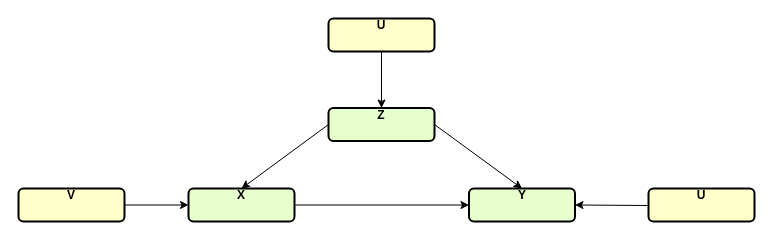
FloBrez/itc keeps this draw.io diagram as page "dag_confounder" (1 of 2) of images/common_cause.drawio. Above is the earlier version. Source tidied: cells renumbered, new cells numbered last; positions are measured from the earlier drawing's top-left corner, leaving out a move shared by most shapes. Both pictures are drawn from the tidied source at 100%, with x=0, y=0 at pixel (18, 18).
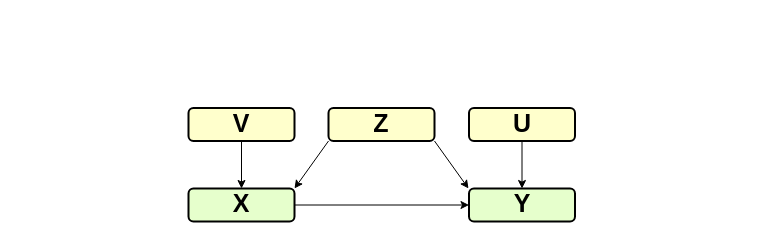
The same diagram, later.

The edit, as a diff of the source:
```diff
@@
 <mxGraphModel background="#ffffff">
   <root>
     <mxCell id="0" />
     <mxCell id="1" parent="0" />
-    <mxCell id="2" value="&lt;div&gt;X&lt;/div&gt;" style="verticalAlign=middle;align=center;overflow=fill;fontSize=12;fontFamily=Helvetica;html=1;rounded=1;fontStyle=1;strokeWidth=2;fillColor=#E6FFCC;gradientColor=none;" parent="1" vertex="1">
+    <mxCell id="2" value="&lt;div style=&quot;font-size: 25px;&quot;&gt;X&lt;/div&gt;" style="verticalAlign=middle;align=center;overflow=fill;fontSize=25;fontFamily=Helvetica;html=1;rounded=1;fontStyle=1;strokeWidth=2;fillColor=#E6FFCC;gradientColor=none;" parent="1" vertex="1">
       <mxGeometry x="170" y="170" width="106" height="33" as="geometry" />
     </mxCell>
-    <mxCell id="3" value="Z" style="verticalAlign=middle;align=center;overflow=fill;fontSize=12;fontFamily=Helvetica;html=1;rounded=1;fontStyle=1;strokeWidth=2;fillColor=#E6FFCC;gradientColor=none;" parent="1" vertex="1">
+    <mxCell id="3" value="Z" style="verticalAlign=middle;align=center;overflow=fill;fontSize=25;fontFamily=Helvetica;html=1;rounded=1;fontStyle=1;strokeWidth=2;fillColor=#FFFFCC;gradientColor=none;" parent="1" vertex="1">
       <mxGeometry x="310" y="89.5" width="106" height="33" as="geometry" />
     </mxCell>
-    <mxCell id="4" value="&lt;div&gt;Y&lt;/div&gt;" style="verticalAlign=middle;align=center;overflow=fill;fontSize=12;fontFamily=Helvetica;html=1;rounded=1;fontStyle=1;strokeWidth=2;fillColor=#E6FFCC;gradientColor=none;" parent="1" vertex="1">
+    <mxCell id="4" value="&lt;div style=&quot;font-size: 25px;&quot;&gt;Y&lt;/div&gt;" style="verticalAlign=middle;align=center;overflow=fill;fontSize=25;fontFamily=Helvetica;html=1;rounded=1;fontStyle=1;strokeWidth=2;fillColor=#E6FFCC;gradientColor=none;" parent="1" vertex="1">
       <mxGeometry x="450.5" y="170" width="106" height="33" as="geometry" />
     </mxCell>
-    <mxCell id="5" style="endArrow=classic;html=1;exitX=1;exitY=0.5;exitDx=0;exitDy=0;entryX=0;entryY=0.5;entryDx=0;entryDy=0;" parent="1" edge="1" source="2" target="4">
+    <mxCell id="5" style="endArrow=classic;html=1;exitX=1;exitY=0.5;exitDx=0;exitDy=0;entryX=0;entryY=0.5;entryDx=0;entryDy=0;fontSize=25;" parent="1" edge="1" source="2" target="4">
       <mxGeometry relative="1" as="geometry" />
     </mxCell>
-    <mxCell id="6" style="endArrow=classic;html=1;exitX=1;exitY=0.5;exitDx=0;exitDy=0;entryX=0.5;entryY=0;entryDx=0;entryDy=0;" parent="1" edge="1" source="3" target="4">
-      <mxGeometry relative="1" as="geometry" />
+    <mxCell id="6" style="endArrow=classic;html=1;exitX=1;exitY=1;exitDx=0;exitDy=0;fontSize=25;" parent="1" edge="1" source="3">
+      <mxGeometry relative="1" as="geometry">
+        <mxPoint x="450" y="170" as="targetPoint" />
+      </mxGeometry>
     </mxCell>
-    <mxCell id="7" value="U" style="verticalAlign=middle;align=center;overflow=fill;fontSize=12;fontFamily=Helvetica;html=1;rounded=1;fontStyle=1;strokeWidth=2;fillColor=#FFFFCC;gradientColor=none;" parent="1" vertex="1">
-      <mxGeometry x="310" width="106" height="33" as="geometry" />
-    </mxCell>
-    <mxCell id="8" style="endArrow=classic;html=1;exitX=0.5;exitY=1;exitDx=0;exitDy=0;entryX=0.5;entryY=0;entryDx=0;entryDy=0;" parent="1" edge="1" source="7" target="3">
-      <mxGeometry relative="1" as="geometry" />
-    </mxCell>
-    <mxCell id="9" value="&lt;div&gt;V&lt;/div&gt;" style="verticalAlign=middle;align=center;overflow=fill;fontSize=12;fontFamily=Helvetica;html=1;rounded=1;fontStyle=1;strokeWidth=2;fillColor=#FFFFCC;gradientColor=none;" parent="1" vertex="1">
-      <mxGeometry y="170" width="106" height="33" as="geometry" />
+    <mxCell id="9" value="&lt;div style=&quot;font-size: 25px;&quot;&gt;V&lt;/div&gt;" style="verticalAlign=middle;align=center;overflow=fill;fontSize=25;fontFamily=Helvetica;html=1;rounded=1;fontStyle=1;strokeWidth=2;fillColor=#FFFFCC;gradientColor=none;" parent="1" vertex="1">
+      <mxGeometry x="170" y="89.5" width="106" height="33" as="geometry" />
     </mxCell>
-    <mxCell id="10" style="endArrow=classic;html=1;exitX=1;exitY=0.5;exitDx=0;exitDy=0;entryX=0;entryY=0.5;entryDx=0;entryDy=0;" parent="1" edge="1" source="9" target="2">
+    <mxCell id="10" style="endArrow=classic;html=1;exitX=0.5;exitY=1;exitDx=0;exitDy=0;entryX=0.5;entryY=0;entryDx=0;entryDy=0;fontSize=25;" parent="1" edge="1" source="9" target="2">
       <mxGeometry relative="1" as="geometry" />
     </mxCell>
-    <mxCell id="11" style="endArrow=classic;html=1;entryX=0.5;entryY=0;entryDx=0;entryDy=0;exitX=0;exitY=0.5;exitDx=0;exitDy=0;" parent="1" edge="1" source="3" target="2">
+    <mxCell id="11" style="endArrow=classic;html=1;entryX=1;entryY=0;entryDx=0;entryDy=0;exitX=0;exitY=1;exitDx=0;exitDy=0;fontSize=25;" parent="1" edge="1" source="3" target="2">
       <mxGeometry relative="1" as="geometry" />
     </mxCell>
-    <mxCell id="12" value="U" style="verticalAlign=middle;align=center;overflow=fill;fontSize=12;fontFamily=Helvetica;html=1;rounded=1;fontStyle=1;strokeWidth=2;fillColor=#FFFFCC;gradientColor=none;" parent="1" vertex="1">
-      <mxGeometry x="630" y="170" width="106" height="33" as="geometry" />
+    <mxCell id="12" value="U" style="verticalAlign=middle;align=center;overflow=fill;fontSize=25;fontFamily=Helvetica;html=1;rounded=1;fontStyle=1;strokeWidth=2;fillColor=#FFFFCC;gradientColor=none;" parent="1" vertex="1">
+      <mxGeometry x="450.5" y="89.5" width="106" height="33" as="geometry" />
     </mxCell>
-    <mxCell id="13" style="endArrow=classic;html=1;entryX=1;entryY=0.5;entryDx=0;entryDy=0;" parent="1" edge="1" target="4">
-      <mxGeometry relative="1" as="geometry">
-        <mxPoint x="630" y="187" as="sourcePoint" />
-      </mxGeometry>
+    <mxCell id="13" style="endArrow=classic;html=1;entryX=0.5;entryY=0;entryDx=0;entryDy=0;fontSize=25;exitX=0.5;exitY=1;exitDx=0;exitDy=0;" parent="1" edge="1" source="12" target="4">
+      <mxGeometry relative="1" as="geometry" />
     </mxCell>
   </root>
 </mxGraphModel>
```
